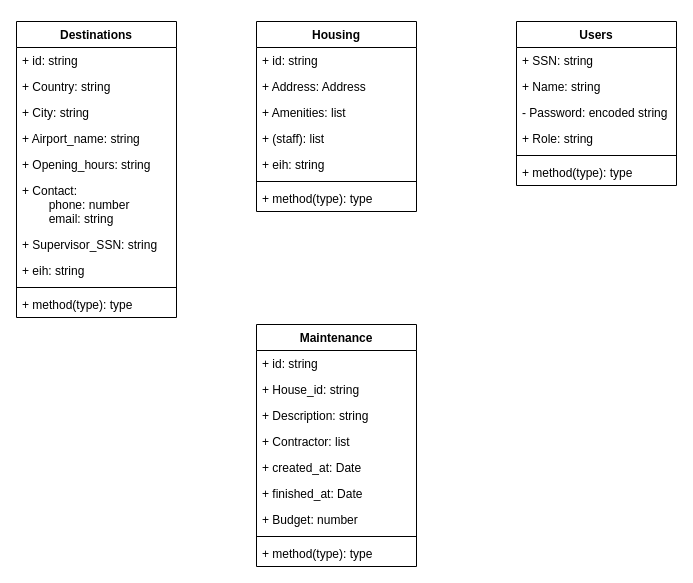
The draw.io diagram design/rit/Klasarit - Housing - NaN Air.drawio in Sesslja/Verklegtnamskeid-1, before the edit. Source tidied: cells renumbered, new cells numbered last; positions are measured from the earlier drawing's top-left corner, leaving out a move shared by most shapes. Both pictures are drawn from the tidied source at 100%, with x=0, y=0 at pixel (16, 21).
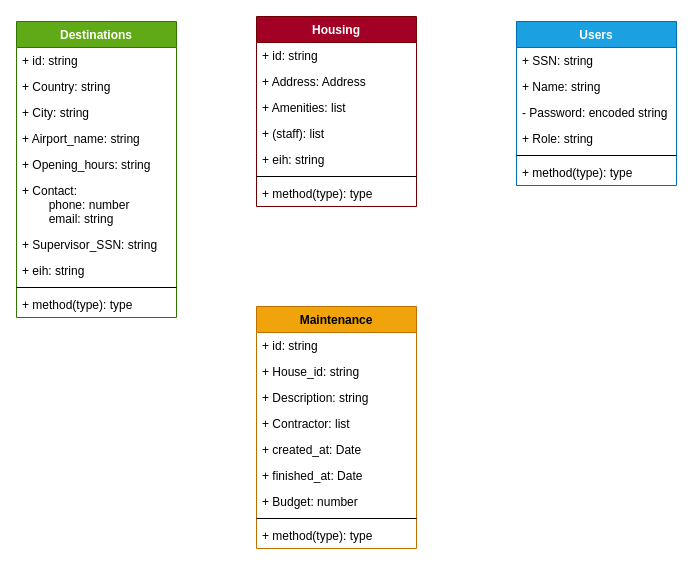
Above is the later version.

Commit message:
Color coded Class diagram

Diff of the diagram source:
```diff
@@
-    <mxCell id="2" value="Users" style="swimlane;fontStyle=1;align=center;verticalAlign=top;horizontal=1;startSize=26;" parent="1" vertex="1">
+    <mxCell id="2" value="Users" style="swimlane;fontStyle=1;align=center;verticalAlign=top;horizontal=1;startSize=26;fillColor=#1ba1e2;strokeColor=#006EAF;fontColor=#ffffff;" parent="1" vertex="1">
       <mxGeometry x="500" width="160" height="164" as="geometry" />
     </mxCell>
@@
-    <mxCell id="9" value="Housing" style="swimlane;fontStyle=1;align=center;verticalAlign=top;horizontal=1;startSize=26;" parent="1" vertex="1">
-      <mxGeometry x="240" width="160" height="190" as="geometry" />
+    <mxCell id="9" value="Housing" style="swimlane;fontStyle=1;align=center;verticalAlign=top;horizontal=1;startSize=26;fillColor=#a20025;strokeColor=#6F0000;fontColor=#ffffff;" parent="1" vertex="1">
+      <mxGeometry x="240" y="-5" width="160" height="190" as="geometry" />
     </mxCell>
@@
-    <mxCell id="17" value="Destinations" style="swimlane;fontStyle=1;align=center;verticalAlign=top;horizontal=1;startSize=26;" parent="1" vertex="1">
+    <mxCell id="17" value="Destinations" style="swimlane;fontStyle=1;align=center;verticalAlign=top;horizontal=1;startSize=26;fillColor=#60a917;strokeColor=#2D7600;fontColor=#ffffff;" parent="1" vertex="1">
       <mxGeometry width="160" height="296" as="geometry" />
     </mxCell>
@@
-    <mxCell id="28" value="Maintenance" style="swimlane;fontStyle=1;align=center;verticalAlign=top;horizontal=1;startSize=26;" parent="1" vertex="1">
-      <mxGeometry x="240" y="303" width="160" height="242" as="geometry" />
+    <mxCell id="28" value="Maintenance" style="swimlane;fontStyle=1;align=center;verticalAlign=top;horizontal=1;startSize=26;fillColor=#f0a30a;strokeColor=#BD7000;fontColor=#000000;" parent="1" vertex="1">
+      <mxGeometry x="240" y="285" width="160" height="242" as="geometry" />
     </mxCell>
```
